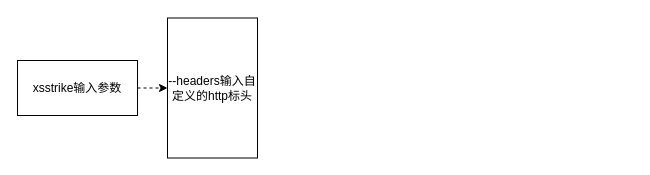
chenyk320/work keeps this draw.io diagram as page "第 1 页" (1 of 2) of xsstrike 反射xss流程.drawio. Above is the earlier version. Source tidied: cells renumbered, new cells numbered last; positions are measured from the earlier drawing's top-left corner, leaving out a move shared by most shapes. Both pictures are drawn from the tidied source at 100%, with x=0, y=0 at pixel (17, 18).
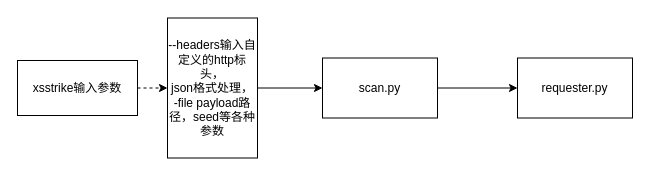
Above is the later version.

Commit message:
更新xsstrike 反射xss流程.drawio

What changed in the source:
```diff
@@
 <mxGraphModel>
   <root>
     <mxCell id="0" />
     <mxCell id="1" parent="0" />
     <mxCell id="2" style="rounded=0;jettySize=auto;html=1;elbow=vertical;dashed=1;" parent="1" edge="1" source="3" target="6">
       <mxGeometry relative="1" as="geometry" />
     </mxCell>
     <mxCell id="3" value="xsstrike输入参数" style="whiteSpace=wrap;html=1;rounded=0;" parent="1" vertex="1">
       <mxGeometry y="42" width="120" height="55" as="geometry" />
     </mxCell>
     <mxCell id="4" style="edgeStyle=none;rounded=0;orthogonalLoop=1;jettySize=auto;html=1;exitX=0.5;exitY=0;exitDx=0;exitDy=0;dashed=1;elbow=vertical;" parent="1" edge="1" source="3" target="3">
       <mxGeometry relative="1" as="geometry" />
     </mxCell>
     <mxCell id="5" style="edgeStyle=none;rounded=0;orthogonalLoop=1;jettySize=auto;html=1;exitX=0.5;exitY=1;exitDx=0;exitDy=0;dashed=1;elbow=vertical;" parent="1" edge="1" source="3" target="3">
       <mxGeometry relative="1" as="geometry" />
     </mxCell>
+    <mxCell id="7" style="edgeStyle=none;rounded=0;jettySize=auto;html=1;elbow=vertical;" parent="1" edge="1" source="6" target="9">
+      <mxGeometry relative="1" as="geometry" />
+    </mxCell>
-    <mxCell id="6" value="--headers输入自定义的http标头" style="whiteSpace=wrap;html=1;rounded=0;labelPosition=center;verticalLabelPosition=middle;align=center;verticalAlign=middle;" parent="1" vertex="1">
+    <mxCell id="6" value="--headers输入自定义的http标头，&lt;br&gt;json格式处理，&lt;br&gt;-file payload路径，seed等各种参数" style="whiteSpace=wrap;html=1;rounded=0;labelPosition=center;verticalLabelPosition=middle;align=center;verticalAlign=middle;" parent="1" vertex="1">
       <mxGeometry x="150" y="-0.5" width="90" height="140" as="geometry" />
     </mxCell>
+    <mxCell id="8" style="edgeStyle=none;rounded=0;jettySize=auto;html=1;elbow=vertical;" parent="1" edge="1" source="9" target="10">
+      <mxGeometry relative="1" as="geometry" />
+    </mxCell>
+    <mxCell id="9" value="scan.py" style="whiteSpace=wrap;html=1;rounded=0;" parent="1" vertex="1">
+      <mxGeometry x="305" y="39.5" width="115" height="60" as="geometry" />
+    </mxCell>
+    <mxCell id="10" value="requester.py" style="whiteSpace=wrap;html=1;rounded=0;" parent="1" vertex="1">
+      <mxGeometry x="500" y="39.5" width="115" height="60" as="geometry" />
+    </mxCell>
   </root>
 </mxGraphModel>
```
